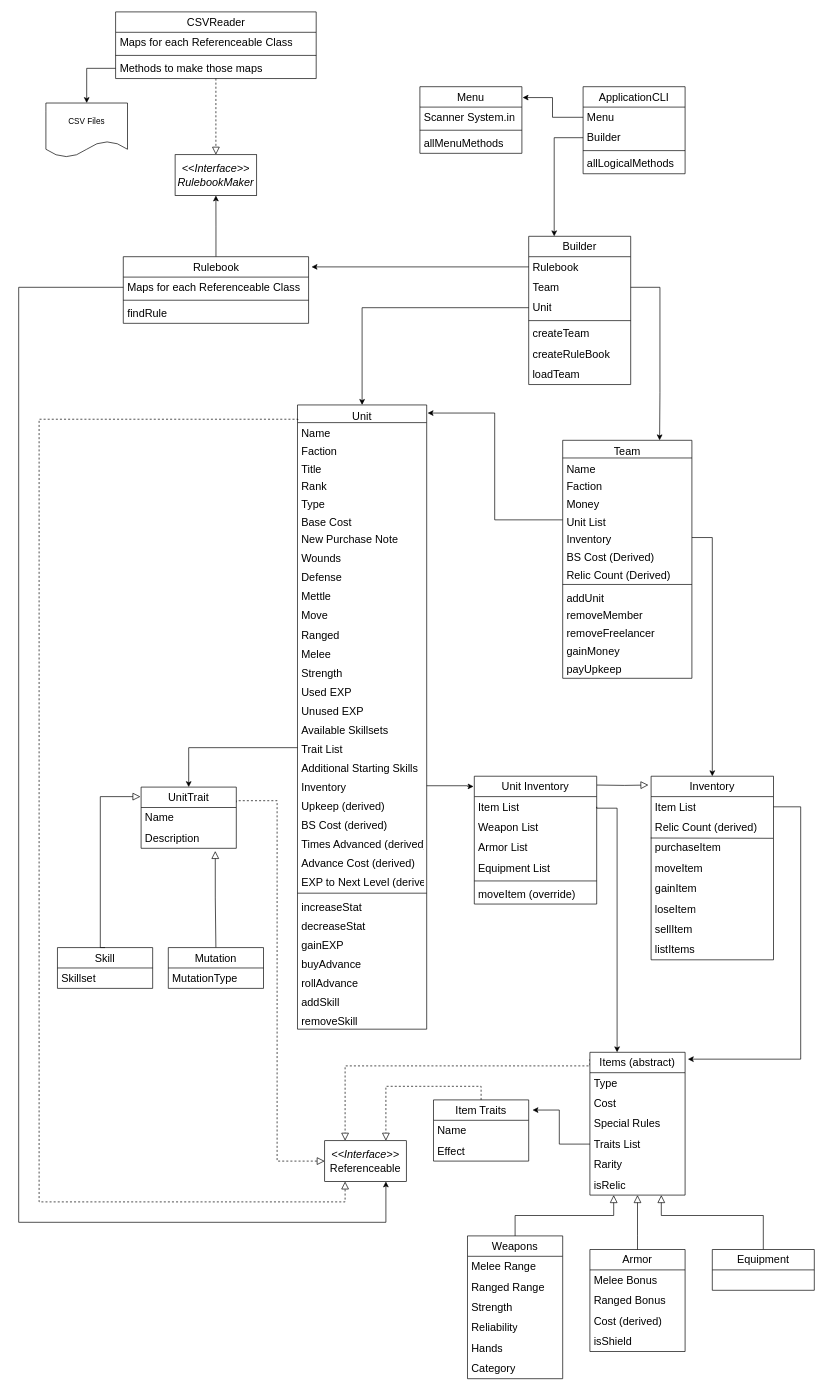
This is Reference/ClassDiagram/DiagramSave.drawio from kmeadows3/TNT-Builder, a draw.io file, before an edit. Source tidied: cells renumbered, new cells numbered last; positions are measured from the earlier drawing's top-left corner, leaving out a move shared by most shapes. Both pictures are drawn from the tidied source at 68%, with x=0, y=0 at pixel (18, 12).
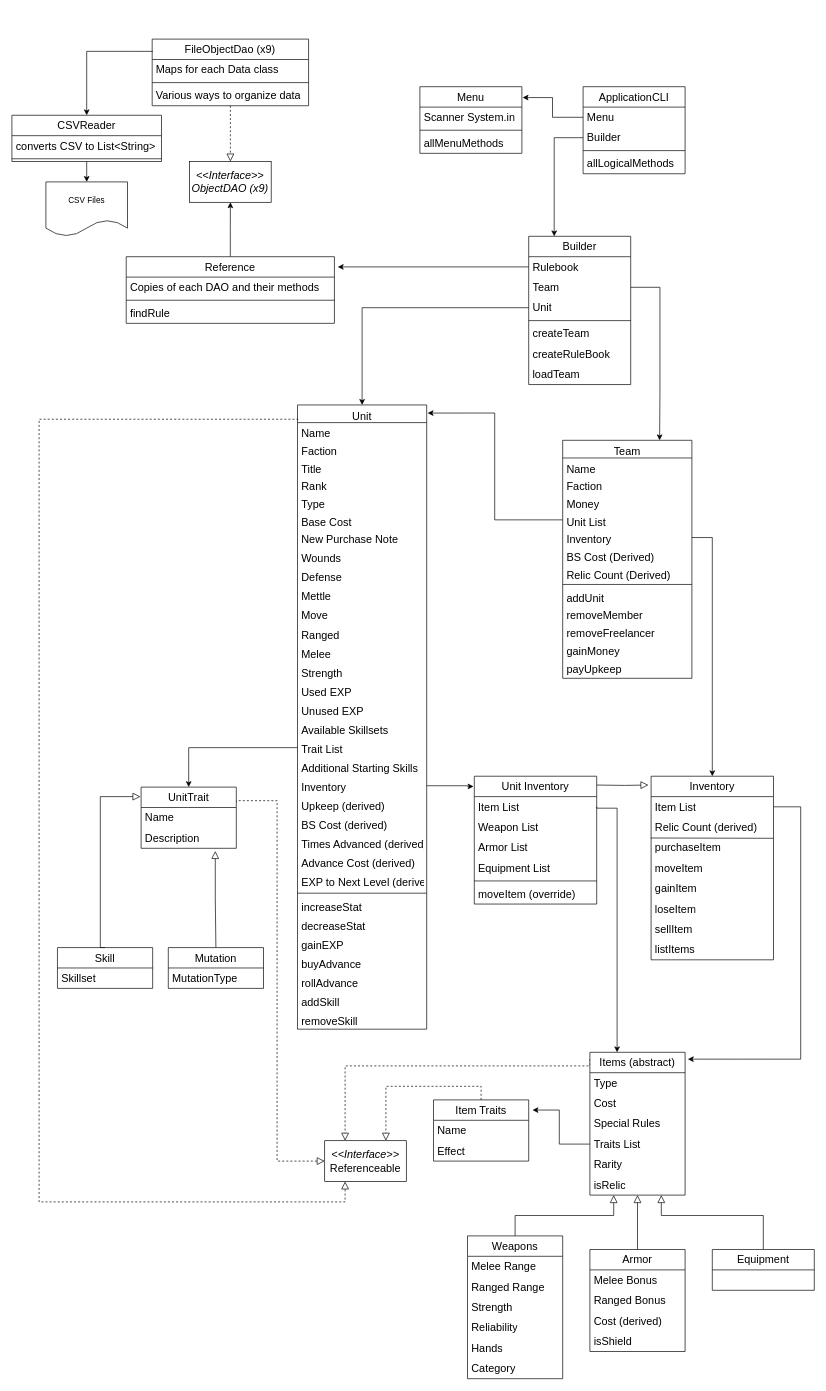
The same diagram, later.

Commit message (it also covers changes not shown here):
Updated class diagram

The change refers to these unchanged cells:
```xml
<mxCell id="108" value="&lt;i style=&quot;font-size: 16px;&quot;&gt;&amp;lt;&amp;lt;Interface&amp;gt;&amp;gt;&lt;br style=&quot;font-size: 16px;&quot;&gt;&lt;/i&gt;Referenceable" style="rounded=0;whiteSpace=wrap;html=1;fontSize=16;" parent="1" vertex="1">
  <mxGeometry x="450" y="1660" width="120" height="60" as="geometry" />
</mxCell>
```

Change to the diagram source:
```diff
@@
-    <mxCell id="122" value="Rulebook" style="swimlane;fontStyle=0;horizontal=1;startSize=30;whiteSpace=wrap;html=1;fontSize=16;" parent="1" vertex="1">
-      <mxGeometry x="153.8" y="360" width="272.5" height="98" as="geometry" />
+    <mxCell id="122" value="Reference" style="swimlane;fontStyle=0;horizontal=1;startSize=30;whiteSpace=wrap;html=1;fontSize=16;" parent="1" vertex="1">
+      <mxGeometry x="158.1" y="360" width="306.2" height="98" as="geometry" />
     </mxCell>
-    <mxCell id="123" value="Maps for each Referenceable Class" style="text;strokeColor=none;fillColor=none;align=left;verticalAlign=middle;spacingLeft=4;spacingRight=4;overflow=hidden;points=[[0,0.5],[1,0.5]];portConstraint=eastwest;whiteSpace=wrap;html=1;fontSize=16;" parent="122" vertex="1">
-      <mxGeometry y="30" width="272.5" height="30" as="geometry" />
+    <mxCell id="123" value="Copies of each DAO and their methods" style="text;strokeColor=none;fillColor=none;align=left;verticalAlign=middle;spacingLeft=4;spacingRight=4;overflow=hidden;points=[[0,0.5],[1,0.5]];portConstraint=eastwest;whiteSpace=wrap;html=1;fontSize=16;" parent="122" vertex="1">
+      <mxGeometry y="30" width="306.2" height="30" as="geometry" />
     </mxCell>
     <mxCell id="124" style="line;html=1;strokeWidth=1;align=left;verticalAlign=middle;spacingTop=-1;spacingLeft=3;spacingRight=3;labelPosition=right;fontSize=16;" parent="122" vertex="1">
-      <mxGeometry y="60" width="272.5" height="8" as="geometry" />
+      <mxGeometry y="60" width="306.2" height="8" as="geometry" />
     </mxCell>
     <mxCell id="125" value="findRule" style="text;strokeColor=none;fillColor=none;align=left;verticalAlign=middle;spacingLeft=4;spacingRight=4;overflow=hidden;whiteSpace=wrap;html=1;fontSize=16;" parent="122" vertex="1">
-      <mxGeometry y="68" width="272.5" height="30" as="geometry" />
+      <mxGeometry y="68" width="306.2" height="30" as="geometry" />
     </mxCell>
@@
-    <mxCell id="130" style="edgeStyle=orthogonalEdgeStyle;rounded=0;jettySize=auto;html=1;fontSize=16;exitX=0;exitY=0.5;exitDx=0;exitDy=0;entryX=0.75;entryY=1;entryDx=0;entryDy=0;" parent="1" edge="1" source="123" target="108">
-      <mxGeometry relative="1" as="geometry">
-        <Array as="points">
-          <mxPoint y="405" />
-          <mxPoint y="1780" />
-          <mxPoint x="540" y="1780" />
-        </Array>
-      </mxGeometry>
-    </mxCell>
@@
-    <mxCell id="143" value="&lt;div&gt;&lt;i style=&quot;font-size: 16px;&quot;&gt;&amp;lt;&amp;lt;Interface&amp;gt;&amp;gt;&lt;/i&gt;&lt;/div&gt;&lt;div&gt;&lt;i style=&quot;font-size: 16px;&quot;&gt;RulebookMaker&lt;br&gt;&lt;/i&gt;&lt;/div&gt;" style="rounded=0;whiteSpace=wrap;html=1;fontSize=16;" parent="1" vertex="1">
-      <mxGeometry x="230" y="210" width="120" height="60" as="geometry" />
+    <mxCell id="143" value="&lt;div&gt;&lt;i style=&quot;font-size: 16px;&quot;&gt;&amp;lt;&amp;lt;Interface&amp;gt;&amp;gt;&lt;/i&gt;&lt;/div&gt;&lt;div&gt;&lt;i style=&quot;font-size: 16px;&quot;&gt;ObjectDAO (x9)&lt;br&gt;&lt;/i&gt;&lt;/div&gt;" style="rounded=0;whiteSpace=wrap;html=1;fontSize=16;" parent="1" vertex="1">
+      <mxGeometry x="251.3" y="220" width="120" height="60" as="geometry" />
     </mxCell>
-    <mxCell id="144" style="edgeStyle=orthogonalEdgeStyle;rounded=0;jettySize=auto;html=1;exitX=0.5;exitY=1;exitDx=0;exitDy=0;entryX=0.5;entryY=0;entryDx=0;entryDy=0;endArrow=block;endFill=0;endSize=9;dashed=1;" parent="1" edge="1" source="146" target="143">
+    <mxCell id="144" style="edgeStyle=orthogonalEdgeStyle;rounded=0;jettySize=auto;html=1;exitX=0.5;exitY=1;exitDx=0;exitDy=0;entryX=0.5;entryY=0;entryDx=0;entryDy=0;endArrow=block;endFill=0;endSize=9;dashed=1;" parent="1" edge="1" source="152" target="143">
       <mxGeometry relative="1" as="geometry" />
     </mxCell>
-    <mxCell id="145" style="edgeStyle=orthogonalEdgeStyle;rounded=0;jettySize=auto;html=1;entryX=0.5;entryY=0;entryDx=0;entryDy=0;exitX=0;exitY=0.5;exitDx=0;exitDy=0;" parent="1" edge="1" source="149" target="150">
-      <mxGeometry relative="1" as="geometry" />
-    </mxCell>
+    <mxCell id="151" style="edgeStyle=orthogonalEdgeStyle;rounded=0;jettySize=auto;html=1;exitX=0.5;exitY=1;exitDx=0;exitDy=0;entryX=0.5;entryY=0;entryDx=0;entryDy=0;" parent="1" edge="1" source="146" target="150">
+      <mxGeometry relative="1" as="geometry" />
+    </mxCell>
     <mxCell id="146" value="CSVReader" style="swimlane;fontStyle=0;horizontal=1;startSize=30;whiteSpace=wrap;html=1;fontSize=16;" parent="1" vertex="1">
-      <mxGeometry x="142.5" width="295" height="98" as="geometry" />
+      <mxGeometry x="-10" y="152" width="220" height="68" as="geometry" />
     </mxCell>
-    <mxCell id="147" value="Maps for each Referenceable Class" style="text;strokeColor=none;fillColor=none;align=left;verticalAlign=middle;spacingLeft=4;spacingRight=4;overflow=hidden;whiteSpace=wrap;html=1;fontSize=16;" parent="146" vertex="1">
-      <mxGeometry y="30" width="295" height="30" as="geometry" />
+    <mxCell id="147" value="converts CSV to List&amp;lt;String&amp;gt;" style="text;strokeColor=none;fillColor=none;align=left;verticalAlign=middle;spacingLeft=4;spacingRight=4;overflow=hidden;whiteSpace=wrap;html=1;fontSize=16;" parent="146" vertex="1">
+      <mxGeometry y="30" width="220" height="30" as="geometry" />
     </mxCell>
     <mxCell id="148" style="line;html=1;strokeWidth=1;align=left;verticalAlign=middle;spacingTop=-1;spacingLeft=3;spacingRight=3;labelPosition=right;fontSize=16;" parent="146" vertex="1">
-      <mxGeometry y="60" width="295" height="8" as="geometry" />
+      <mxGeometry y="60" width="220" height="8" as="geometry" />
     </mxCell>
-    <mxCell id="149" value="Methods to make those maps" style="text;strokeColor=none;fillColor=none;align=left;verticalAlign=middle;spacingLeft=4;spacingRight=4;overflow=hidden;points=[[0,0.5],[1,0.5]];portConstraint=eastwest;whiteSpace=wrap;html=1;fontSize=16;" parent="146" vertex="1">
-      <mxGeometry y="68" width="295" height="30" as="geometry" />
-    </mxCell>
     <mxCell id="150" value="CSV Files" style="shape=document;whiteSpace=wrap;html=1;boundedLbl=1;" parent="1" vertex="1">
-      <mxGeometry x="40" y="134" width="120" height="80" as="geometry" />
+      <mxGeometry x="40" y="250" width="120" height="80" as="geometry" />
     </mxCell>
+    <mxCell id="152" value="FileObjectDao (x9)" style="swimlane;fontStyle=0;horizontal=1;startSize=30;whiteSpace=wrap;html=1;fontSize=16;" parent="1" vertex="1">
+      <mxGeometry x="196.3" y="40" width="230" height="98" as="geometry" />
+    </mxCell>
+    <mxCell id="153" value="Maps for each Data class" style="text;strokeColor=none;fillColor=none;align=left;verticalAlign=middle;spacingLeft=4;spacingRight=4;overflow=hidden;whiteSpace=wrap;html=1;fontSize=16;" parent="152" vertex="1">
+      <mxGeometry y="30" width="230" height="30" as="geometry" />
+    </mxCell>
+    <mxCell id="154" style="line;html=1;strokeWidth=1;align=left;verticalAlign=middle;spacingTop=-1;spacingLeft=3;spacingRight=3;labelPosition=right;fontSize=16;" parent="152" vertex="1">
+      <mxGeometry y="60" width="230" height="8" as="geometry" />
+    </mxCell>
+    <mxCell id="155" value="Various ways to organize data" style="text;strokeColor=none;fillColor=none;align=left;verticalAlign=middle;spacingLeft=4;spacingRight=4;overflow=hidden;whiteSpace=wrap;html=1;fontSize=16;" parent="152" vertex="1">
+      <mxGeometry y="68" width="230" height="30" as="geometry" />
+    </mxCell>
+    <mxCell id="156" style="edgeStyle=orthogonalEdgeStyle;rounded=0;jettySize=auto;html=1;entryX=0.5;entryY=0;entryDx=0;entryDy=0;exitX=0.004;exitY=0.184;exitDx=0;exitDy=0;exitPerimeter=0;" parent="1" edge="1" source="152" target="146">
+      <mxGeometry relative="1" as="geometry" />
+    </mxCell>
```
